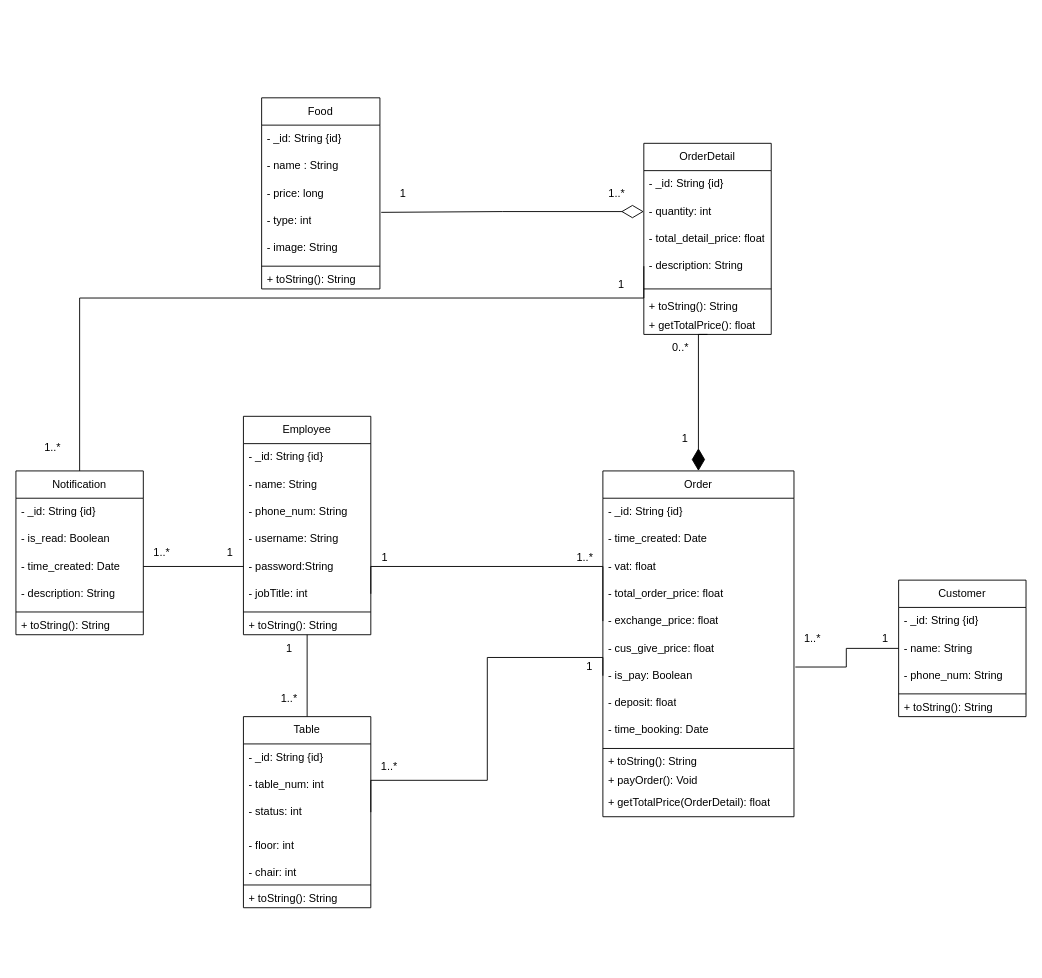
MaiNhatHoangY2001/HLFood keeps this draw.io diagram as class-diagram.drawio. Above is the earlier version. Source tidied: cells renumbered, new cells numbered last; positions are measured from the earlier drawing's top-left corner, leaving out a move shared by most shapes. Both pictures are drawn from the tidied source at 91%, with x=0, y=0 at pixel (15, 97).
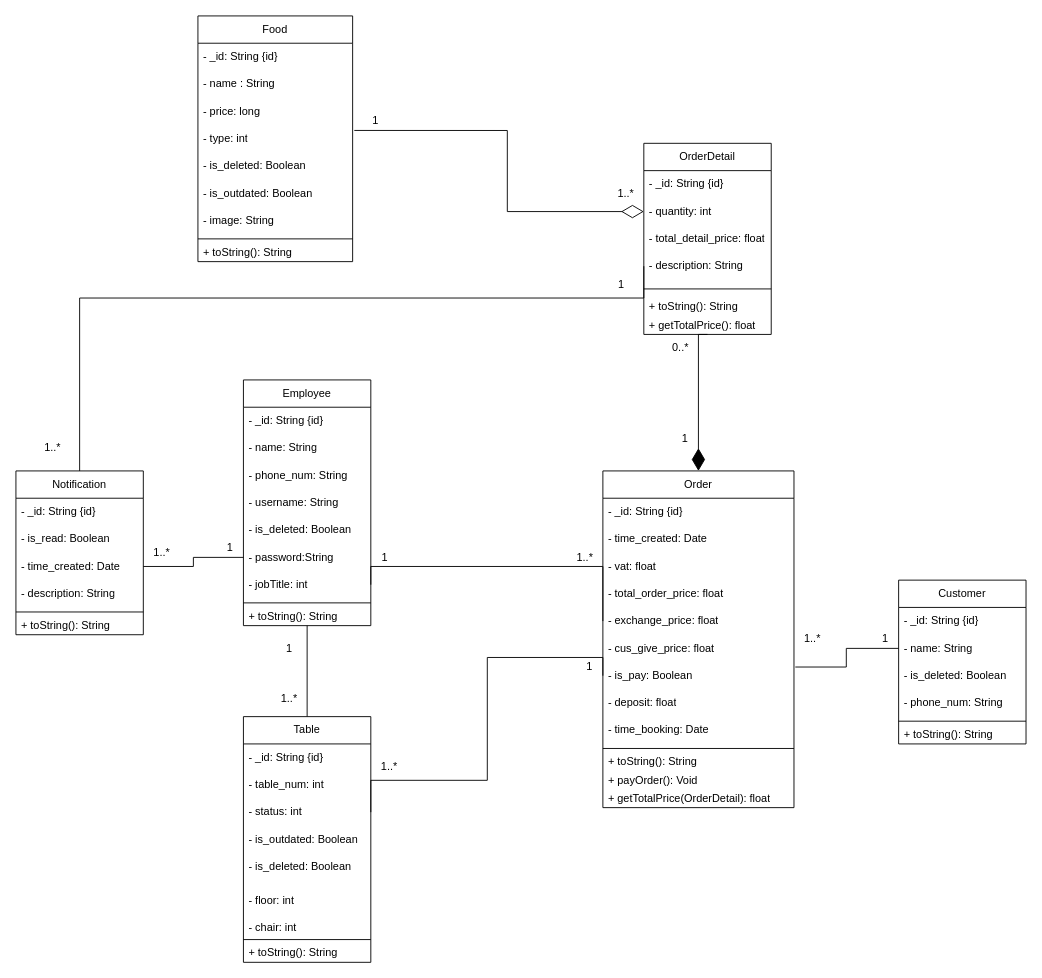
The same diagram, later.

Commit message:
Cập nhật class-diagram.drawio

Unchanged cells that the change refers to:
```xml
<mxCell id="35" value="- quantity: int" style="text;strokeColor=none;fillColor=none;align=left;verticalAlign=middle;spacingLeft=4;spacingRight=4;overflow=hidden;points=[[0,0.5],[1,0.5]];portConstraint=eastwest;whiteSpace=wrap;html=1;" parent="33" vertex="1">
  <mxGeometry y="60" width="140" height="30" as="geometry" />
</mxCell>
```

What changed in the source:
```diff
@@
     <mxCell id="2" value="Employee" style="swimlane;fontStyle=0;horizontal=1;startSize=30;whiteSpace=wrap;html=1;" parent="1" vertex="1">
-      <mxGeometry x="250" y="350" width="140" height="240" as="geometry" />
+      <mxGeometry x="250" y="310" width="140" height="270" as="geometry" />
     </mxCell>
@@
+    <mxCell id="86" value="- is_deleted: Boolean" style="text;strokeColor=none;fillColor=none;align=left;verticalAlign=middle;spacingLeft=4;spacingRight=4;overflow=hidden;whiteSpace=wrap;html=1;" parent="2" vertex="1">
+      <mxGeometry y="150" width="140" height="30" as="geometry" />
+    </mxCell>
     <mxCell id="7" value="- password:String" style="text;strokeColor=none;fillColor=none;align=left;verticalAlign=middle;spacingLeft=4;spacingRight=4;overflow=hidden;points=[[0,0.5],[1,0.5]];portConstraint=eastwest;whiteSpace=wrap;html=1;" parent="2" vertex="1">
-      <mxGeometry y="150" width="140" height="30" as="geometry" />
+      <mxGeometry y="180" width="140" height="30" as="geometry" />
     </mxCell>
     <mxCell id="8" value="- jobTitle: int" style="text;strokeColor=none;fillColor=none;align=left;verticalAlign=middle;spacingLeft=4;spacingRight=4;overflow=hidden;points=[[0,0.5],[1,0.5]];portConstraint=eastwest;whiteSpace=wrap;html=1;" parent="2" vertex="1">
-      <mxGeometry y="180" width="140" height="30" as="geometry" />
+      <mxGeometry y="210" width="140" height="30" as="geometry" />
     </mxCell>
     <mxCell id="9" style="line;html=1;strokeWidth=1;align=left;verticalAlign=middle;spacingTop=-1;spacingLeft=3;spacingRight=3;labelPosition=right;" parent="2" vertex="1">
-      <mxGeometry y="210" width="140" height="10" as="geometry" />
+      <mxGeometry y="240" width="140" height="10" as="geometry" />
     </mxCell>
     <mxCell id="10" value="+ toString(): String" style="text;strokeColor=none;fillColor=none;align=left;verticalAlign=middle;spacingLeft=4;spacingRight=4;overflow=hidden;whiteSpace=wrap;html=1;" parent="2" vertex="1">
-      <mxGeometry y="220" width="140" height="20" as="geometry" />
+      <mxGeometry y="250" width="140" height="20" as="geometry" />
     </mxCell>
     <mxCell id="11" value="Food" style="swimlane;fontStyle=0;horizontal=1;startSize=30;whiteSpace=wrap;html=1;" parent="1" vertex="1">
-      <mxGeometry x="270" width="130" height="210" as="geometry" />
+      <mxGeometry x="200" y="-90" width="170" height="270" as="geometry" />
     </mxCell>
     <mxCell id="12" value="- _id: String {id}" style="text;strokeColor=none;fillColor=none;align=left;verticalAlign=middle;spacingLeft=4;spacingRight=4;overflow=hidden;whiteSpace=wrap;html=1;" parent="11" vertex="1">
-      <mxGeometry y="30" width="130" height="30" as="geometry" />
+      <mxGeometry y="30" width="170" height="30" as="geometry" />
     </mxCell>
     <mxCell id="13" value="- name : String" style="text;strokeColor=none;fillColor=none;align=left;verticalAlign=middle;spacingLeft=4;spacingRight=4;overflow=hidden;whiteSpace=wrap;html=1;" parent="11" vertex="1">
-      <mxGeometry y="60" width="130" height="30" as="geometry" />
+      <mxGeometry y="60" width="170" height="30" as="geometry" />
     </mxCell>
     <mxCell id="14" value="- price: long" style="text;strokeColor=none;fillColor=none;align=left;verticalAlign=middle;spacingLeft=4;spacingRight=4;overflow=hidden;whiteSpace=wrap;html=1;" parent="11" vertex="1">
-      <mxGeometry y="90" width="130" height="30" as="geometry" />
+      <mxGeometry y="90" width="170" height="30" as="geometry" />
     </mxCell>
     <mxCell id="15" value="- type: int" style="text;strokeColor=none;fillColor=none;align=left;verticalAlign=middle;spacingLeft=4;spacingRight=4;overflow=hidden;points=[[0,0.5],[1,0.5]];portConstraint=eastwest;whiteSpace=wrap;html=1;" parent="11" vertex="1">
-      <mxGeometry y="120" width="130" height="30" as="geometry" />
+      <mxGeometry y="120" width="170" height="30" as="geometry" />
     </mxCell>
+    <mxCell id="87" value="- is_deleted: Boolean&lt;br&gt;" style="text;strokeColor=none;fillColor=none;align=left;verticalAlign=middle;spacingLeft=4;spacingRight=4;overflow=hidden;whiteSpace=wrap;html=1;" parent="11" vertex="1">
+      <mxGeometry y="150" width="170" height="30" as="geometry" />
+    </mxCell>
+    <mxCell id="88" value="- is_outdated: Boolean" style="text;strokeColor=none;fillColor=none;align=left;verticalAlign=middle;spacingLeft=4;spacingRight=4;overflow=hidden;whiteSpace=wrap;html=1;" parent="11" vertex="1">
+      <mxGeometry y="180" width="170" height="30" as="geometry" />
+    </mxCell>
     <mxCell id="16" value="- image: String" style="text;strokeColor=none;fillColor=none;align=left;verticalAlign=middle;spacingLeft=4;spacingRight=4;overflow=hidden;whiteSpace=wrap;html=1;" parent="11" vertex="1">
-      <mxGeometry y="150" width="130" height="30" as="geometry" />
+      <mxGeometry y="210" width="170" height="30" as="geometry" />
     </mxCell>
     <mxCell id="17" style="line;html=1;strokeWidth=1;align=left;verticalAlign=middle;spacingTop=-1;spacingLeft=3;spacingRight=3;labelPosition=right;" parent="11" vertex="1">
-      <mxGeometry y="180" width="130" height="10" as="geometry" />
+      <mxGeometry y="240" width="170" height="10" as="geometry" />
     </mxCell>
     <mxCell id="18" value="+ toString(): String" style="text;strokeColor=none;fillColor=none;align=left;verticalAlign=middle;spacingLeft=4;spacingRight=4;overflow=hidden;whiteSpace=wrap;html=1;" parent="11" vertex="1">
-      <mxGeometry y="190" width="130" height="20" as="geometry" />
+      <mxGeometry y="250" width="170" height="20" as="geometry" />
     </mxCell>
     <mxCell id="19" value="Order" style="swimlane;fontStyle=0;horizontal=1;startSize=30;whiteSpace=wrap;html=1;" parent="1" vertex="1">
-      <mxGeometry x="645" y="410" width="210" height="380" as="geometry" />
+      <mxGeometry x="645" y="410" width="210" height="370" as="geometry" />
     </mxCell>
@@
     <mxCell id="32" value="+ getTotalPrice(OrderDetail): float" style="text;strokeColor=none;fillColor=none;align=left;verticalAlign=middle;spacingLeft=4;spacingRight=4;overflow=hidden;whiteSpace=wrap;html=1;" parent="19" vertex="1">
-      <mxGeometry y="350" width="210" height="30" as="geometry" />
+      <mxGeometry y="350" width="210" height="20" as="geometry" />
     </mxCell>
@@
     <mxCell id="42" value="Customer" style="swimlane;fontStyle=0;horizontal=1;startSize=30;whiteSpace=wrap;html=1;" parent="1" vertex="1">
-      <mxGeometry x="970" y="530" width="140" height="150" as="geometry" />
+      <mxGeometry x="970" y="530" width="140" height="180" as="geometry" />
     </mxCell>
@@
+    <mxCell id="89" value="- is_deleted: Boolean&lt;br&gt;" style="text;strokeColor=none;fillColor=none;align=left;verticalAlign=middle;spacingLeft=4;spacingRight=4;overflow=hidden;whiteSpace=wrap;html=1;" parent="42" vertex="1">
+      <mxGeometry y="90" width="140" height="30" as="geometry" />
+    </mxCell>
     <mxCell id="45" value="- phone_num: String" style="text;strokeColor=none;fillColor=none;align=left;verticalAlign=middle;spacingLeft=4;spacingRight=4;overflow=hidden;whiteSpace=wrap;html=1;" parent="42" vertex="1">
-      <mxGeometry y="90" width="140" height="30" as="geometry" />
+      <mxGeometry y="120" width="140" height="30" as="geometry" />
     </mxCell>
     <mxCell id="46" style="line;html=1;strokeWidth=1;align=left;verticalAlign=middle;spacingTop=-1;spacingLeft=3;spacingRight=3;labelPosition=right;" parent="42" vertex="1">
-      <mxGeometry y="120" width="140" height="10" as="geometry" />
+      <mxGeometry y="150" width="140" height="10" as="geometry" />
     </mxCell>
     <mxCell id="47" value="+ toString(): String" style="text;strokeColor=none;fillColor=none;align=left;verticalAlign=middle;spacingLeft=4;spacingRight=4;overflow=hidden;whiteSpace=wrap;html=1;" parent="42" vertex="1">
-      <mxGeometry y="130" width="140" height="20" as="geometry" />
+      <mxGeometry y="160" width="140" height="20" as="geometry" />
     </mxCell>
     <mxCell id="48" value="1..*" style="text;html=1;align=center;verticalAlign=middle;strokeColor=none;fillColor=none;" parent="1" vertex="1">
-      <mxGeometry x="640" y="90" width="40" height="30" as="geometry" />
+      <mxGeometry x="650" y="90" width="40" height="30" as="geometry" />
     </mxCell>
@@
     <mxCell id="58" value="Table" style="swimlane;fontStyle=0;horizontal=1;startSize=30;whiteSpace=wrap;html=1;" parent="1" vertex="1">
-      <mxGeometry x="250" y="680" width="140" height="210" as="geometry" />
+      <mxGeometry x="250" y="680" width="140" height="270" as="geometry" />
     </mxCell>
@@
+    <mxCell id="90" value="- is_outdated: Boolean" style="text;strokeColor=none;fillColor=none;align=left;verticalAlign=middle;spacingLeft=4;spacingRight=4;overflow=hidden;whiteSpace=wrap;html=1;" parent="58" vertex="1">
+      <mxGeometry y="120" width="140" height="30" as="geometry" />
+    </mxCell>
+    <mxCell id="91" value="- is_deleted: Boolean" style="text;strokeColor=none;fillColor=none;align=left;verticalAlign=middle;spacingLeft=4;spacingRight=4;overflow=hidden;whiteSpace=wrap;html=1;" parent="58" vertex="1">
+      <mxGeometry y="150" width="140" height="30" as="geometry" />
+    </mxCell>
     <mxCell id="62" value="&lt;p&gt;- floor: int&lt;/p&gt;" style="text;strokeColor=none;fillColor=none;align=left;verticalAlign=middle;spacingLeft=4;spacingRight=4;overflow=hidden;whiteSpace=wrap;html=1;" parent="58" vertex="1">
-      <mxGeometry y="120" width="140" height="30" as="geometry" />
+      <mxGeometry y="180" width="140" height="30" as="geometry" />
     </mxCell>
     <mxCell id="63" value="&lt;p&gt;- chair: int&lt;/p&gt;" style="text;strokeColor=none;fillColor=none;align=left;verticalAlign=middle;spacingLeft=4;spacingRight=4;overflow=hidden;whiteSpace=wrap;html=1;" parent="58" vertex="1">
-      <mxGeometry y="150" width="140" height="30" as="geometry" />
+      <mxGeometry y="210" width="140" height="30" as="geometry" />
     </mxCell>
     <mxCell id="64" style="line;html=1;strokeWidth=1;align=left;verticalAlign=middle;spacingTop=-1;spacingLeft=3;spacingRight=3;labelPosition=right;" parent="58" vertex="1">
-      <mxGeometry y="180" width="140" height="10" as="geometry" />
+      <mxGeometry y="240" width="140" height="10" as="geometry" />
     </mxCell>
     <mxCell id="65" value="+ toString(): String" style="text;strokeColor=none;fillColor=none;align=left;verticalAlign=middle;spacingLeft=4;spacingRight=4;overflow=hidden;whiteSpace=wrap;html=1;" parent="58" vertex="1">
-      <mxGeometry y="190" width="140" height="20" as="geometry" />
+      <mxGeometry y="250" width="140" height="20" as="geometry" />
     </mxCell>
@@
     <mxCell id="68" value="1" style="text;html=1;align=center;verticalAlign=middle;strokeColor=none;fillColor=none;" parent="1" vertex="1">
-      <mxGeometry x="410" y="90" width="30" height="30" as="geometry" />
+      <mxGeometry x="380" y="10" width="30" height="30" as="geometry" />
     </mxCell>
@@
     <mxCell id="81" value="1" style="text;html=1;align=center;verticalAlign=middle;strokeColor=none;fillColor=none;" parent="1" vertex="1">
-      <mxGeometry x="220" y="485" width="30" height="30" as="geometry" />
+      <mxGeometry x="220" y="480" width="30" height="30" as="geometry" />
     </mxCell>
@@
     <mxCell id="84" style="edgeStyle=orthogonalEdgeStyle;rounded=0;jettySize=auto;html=1;exitX=0;exitY=0.5;exitDx=0;exitDy=0;entryX=1.011;entryY=0.195;entryDx=0;entryDy=0;entryPerimeter=0;endArrow=none;endFill=0;startArrow=diamondThin;startFill=0;targetPerimeterSpacing=0;sourcePerimeterSpacing=0;startSize=22;" parent="1" edge="1" source="35" target="15">
       <mxGeometry relative="1" as="geometry">
         <Array as="points">
-          <mxPoint x="535" y="125" />
-          <mxPoint x="401" y="126" />
+          <mxPoint x="540" y="125" />
+          <mxPoint x="540" y="36" />
         </Array>
       </mxGeometry>
     </mxCell>
```
